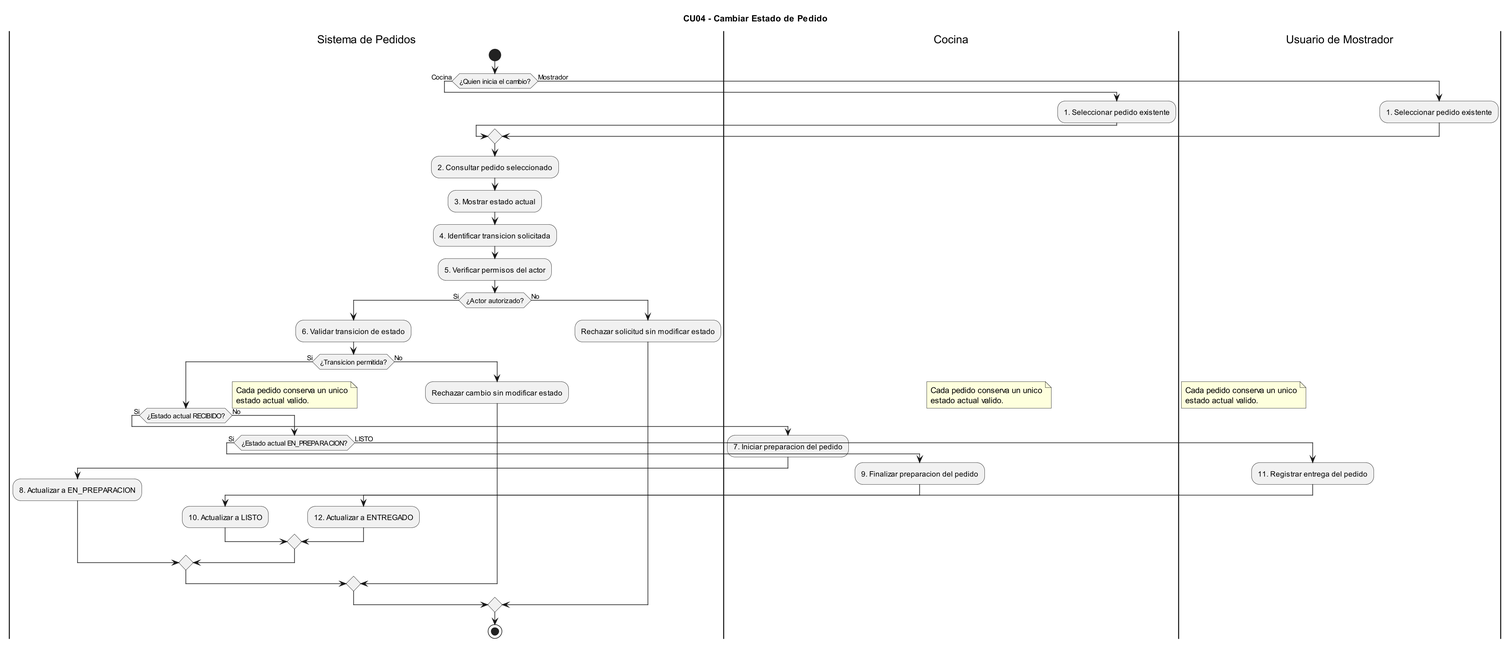
Above: diagramas/04-diagramas-actividades/04-actividad-cambiar-estado-pedido-04.png in eloeyhe/SistemaPedidos (PlantUML), before the change.
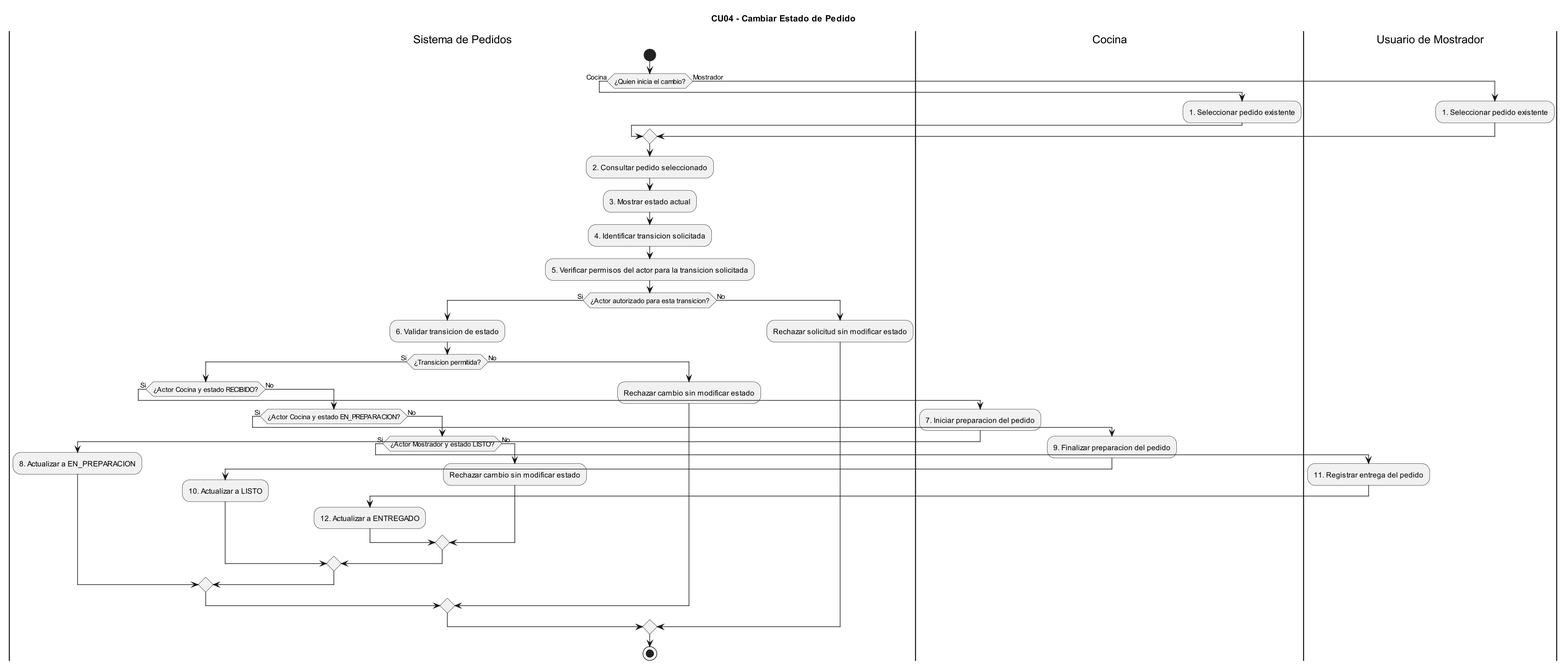
After the change.

Change to the diagram source:
```diff
@@ -17,38 +17,45 @@
 :2. Consultar pedido seleccionado;
 :3. Mostrar estado actual;
 :4. Identificar transicion solicitada;
-:5. Verificar permisos del actor;
+:5. Verificar permisos del actor para la transicion solicitada;
 
-if (¿Actor autorizado?) then (Si)
+if (¿Actor autorizado para esta transicion?) then (Si)
   :6. Validar transicion de estado;
+
   if (¿Transicion permitida?) then (Si)
-    if (¿Estado actual RECIBIDO?) then (Si)
+
+    if (¿Actor Cocina y estado RECIBIDO?) then (Si)
       |Cocina|
       :7. Iniciar preparacion del pedido;
       |Sistema de Pedidos|
       :8. Actualizar a EN_PREPARACION;
+
     else (No)
-      if (¿Estado actual EN_PREPARACION?) then (Si)
+      if (¿Actor Cocina y estado EN_PREPARACION?) then (Si)
         |Cocina|
         :9. Finalizar preparacion del pedido;
         |Sistema de Pedidos|
         :10. Actualizar a LISTO;
-      else (LISTO)
-        |Usuario de Mostrador|
-        :11. Registrar entrega del pedido;
-        |Sistema de Pedidos|
-        :12. Actualizar a ENTREGADO;
+
+      else (No)
+        if (¿Actor Mostrador y estado LISTO?) then (Si)
+          |Usuario de Mostrador|
+          :11. Registrar entrega del pedido;
+          |Sistema de Pedidos|
+          :12. Actualizar a ENTREGADO;
+        else (No)
+          :Rechazar cambio sin modificar estado;
+        endif
       endif
     endif
-    note right
-      Cada pedido conserva un unico
-      estado actual valido.
-    end note
+
   else (No)
     :Rechazar cambio sin modificar estado;
   endif
+
 else (No)
   :Rechazar solicitud sin modificar estado;
 endif
+
 stop
 @enduml
```
